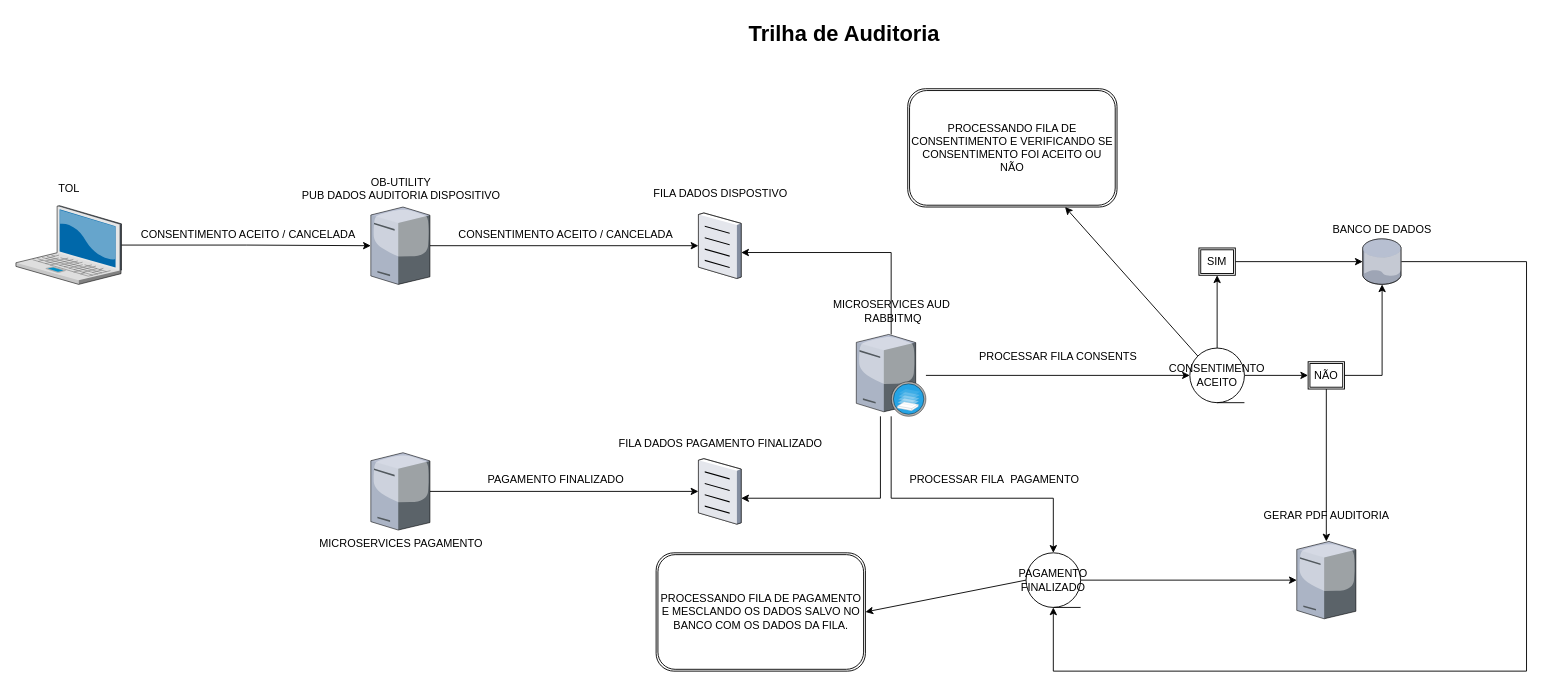
This is page "Page-1" (1 of 2) of Untitled Diagram.drawio from jhonathangimenes/RabbitMQ, a draw.io file, before an edit. Source tidied: cells renumbered, new cells numbered last; positions are measured from the earlier drawing's top-left corner, leaving out a move shared by most shapes. Both pictures are drawn from the tidied source at 91%, with x=0, y=0 at pixel (15, 15).
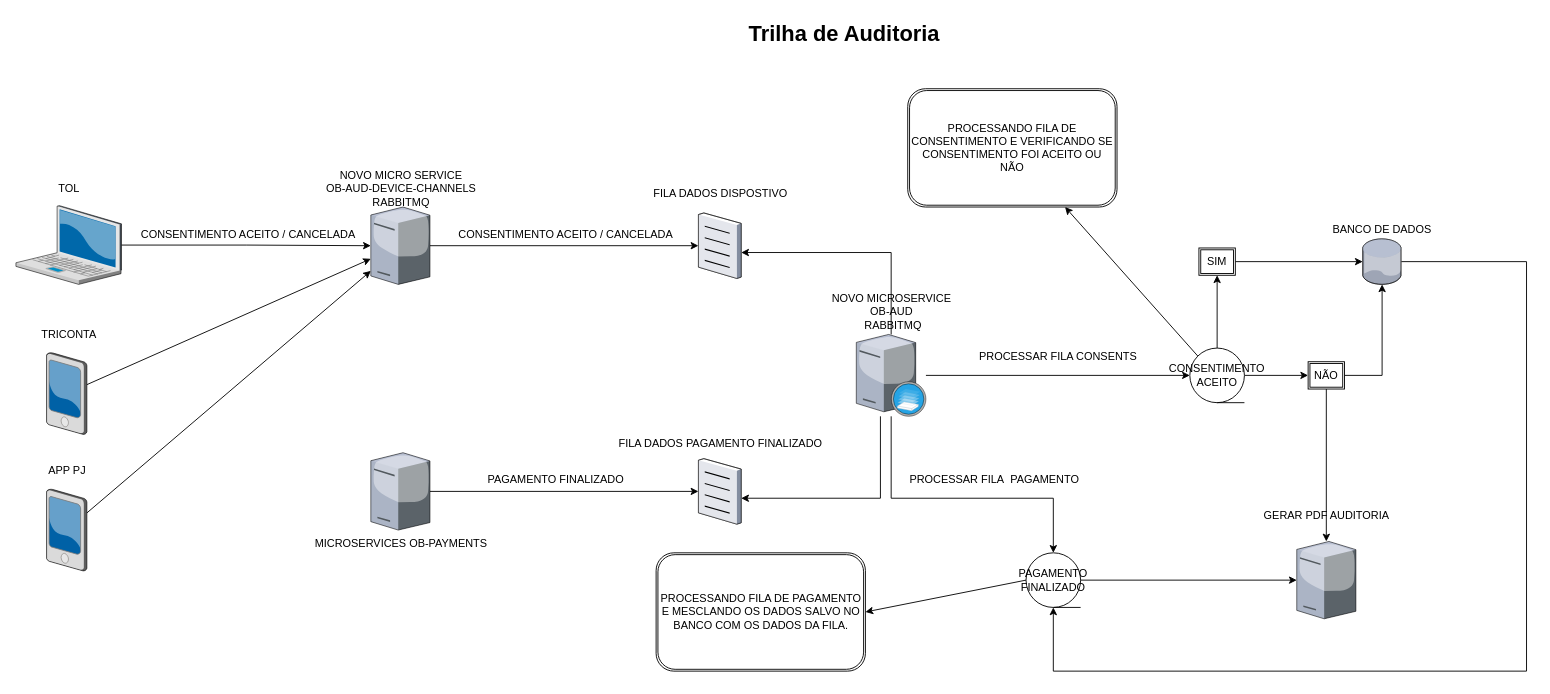
The same diagram, later.

Unchanged cells that the change refers to:
```xml
<mxCell id="6" style="verticalLabelPosition=bottom;sketch=0;html=1;verticalAlign=top;strokeColor=none;align=center;outlineConnect=0;shape=mxgraph.citrix.license_server;" parent="1" vertex="1">
  <mxGeometry x="390" y="210" width="65" height="85" as="geometry" />
</mxCell>
```

Change to the diagram source:
```diff
@@
-    <mxCell id="8" value="OB-UTILITY&lt;br&gt;PUB DADOS AUDITORIA DISPOSITIVO" style="text;html=1;align=center;verticalAlign=middle;strokeColor=none;fillColor=none;" parent="1" vertex="1">
-      <mxGeometry x="307.5" y="175" width="230" height="30" as="geometry" />
+    <mxCell id="8" value="NOVO MICRO SERVICE&lt;br&gt;OB-AUD-DEVICE-CHANNELS&lt;br&gt;RABBITMQ" style="text;html=1;align=center;verticalAlign=middle;strokeColor=none;fillColor=none;" parent="1" vertex="1">
+      <mxGeometry x="332.5" y="165" width="180" height="50" as="geometry" />
     </mxCell>
@@
-    <mxCell id="15" value="MICROSERVICES AUD&lt;br&gt;&amp;nbsp;RABBITMQ" style="text;html=1;align=center;verticalAlign=middle;strokeColor=none;fillColor=none;" parent="1" vertex="1">
-      <mxGeometry x="891.8" y="310" width="140" height="30" as="geometry" />
+    <mxCell id="15" value="NOVO MICROSERVICE&lt;br&gt;OB-AUD&lt;br&gt;&amp;nbsp;RABBITMQ" style="text;html=1;align=center;verticalAlign=middle;strokeColor=none;fillColor=none;" parent="1" vertex="1">
+      <mxGeometry x="886.8" y="300" width="150" height="50" as="geometry" />
     </mxCell>
@@
-    <mxCell id="18" value="MICROSERVICES PAGAMENTO" style="text;html=1;align=center;verticalAlign=middle;strokeColor=none;fillColor=none;" parent="1" vertex="1">
-      <mxGeometry x="327.5" y="570" width="190" height="20" as="geometry" />
+    <mxCell id="18" value="MICROSERVICES OB-PAYMENTS" style="text;html=1;align=center;verticalAlign=middle;strokeColor=none;fillColor=none;" parent="1" vertex="1">
+      <mxGeometry x="322.5" y="570" width="200" height="20" as="geometry" />
     </mxCell>
@@
+    <mxCell id="46" style="edgeStyle=none;rounded=0;jettySize=auto;html=1;" parent="1" edge="1" source="47" target="6">
+      <mxGeometry relative="1" as="geometry" />
+    </mxCell>
+    <mxCell id="47" style="verticalLabelPosition=bottom;sketch=0;html=1;verticalAlign=top;strokeColor=none;align=center;outlineConnect=0;shape=mxgraph.citrix.pda;" parent="1" vertex="1">
+      <mxGeometry x="33.7" y="370" width="44.3" height="90" as="geometry" />
+    </mxCell>
+    <mxCell id="48" style="edgeStyle=none;rounded=0;jettySize=auto;html=1;" parent="1" edge="1" source="49" target="6">
+      <mxGeometry relative="1" as="geometry" />
+    </mxCell>
+    <mxCell id="49" style="verticalLabelPosition=bottom;sketch=0;html=1;verticalAlign=top;strokeColor=none;align=center;outlineConnect=0;shape=mxgraph.citrix.pda;" parent="1" vertex="1">
+      <mxGeometry x="33.7" y="520" width="44.3" height="90" as="geometry" />
+    </mxCell>
+    <mxCell id="50" value="TRICONTA" style="text;html=1;align=center;verticalAlign=middle;strokeColor=none;fillColor=none;" parent="1" vertex="1">
+      <mxGeometry x="18" y="340" width="80" height="20" as="geometry" />
+    </mxCell>
+    <mxCell id="51" value="APP PJ" style="text;html=1;align=center;verticalAlign=middle;strokeColor=none;fillColor=none;" parent="1" vertex="1">
+      <mxGeometry x="25.9" y="490" width="60" height="20" as="geometry" />
+    </mxCell>
```
